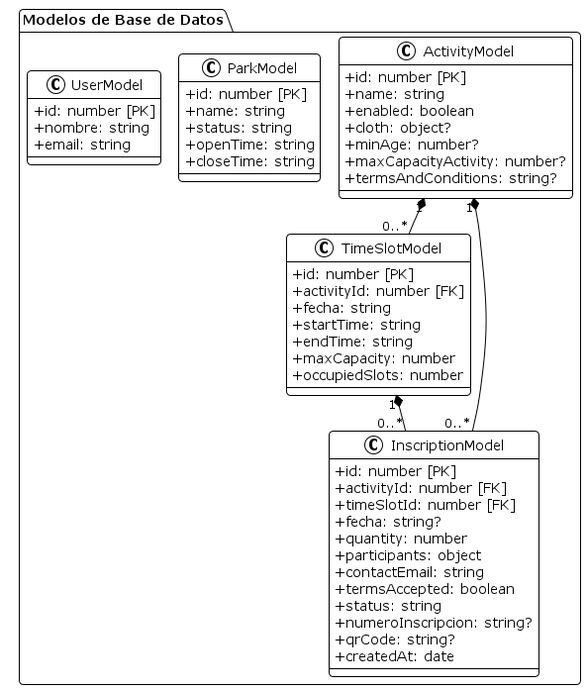
Before: trabajos/practicos-evaluables/practico-6/doc-testing/diagrams/ecoharmony_class_diagram.png, a diagram exported from PlantUML (milagrso/repositorio-ISW-g4-4k3-2026). The source it was exported from:
```plantuml
@startuml ecoharmony_class_diagram
!pragma layout smetana
!theme plain
skinparam classAttributeIconSize 0
skinparam roundcorner 8
skinparam shadowing false

package "Modelos de Base de Datos" {
    class ActivityModel {
        + id: number [PK]
        + name: string
        + enabled: boolean
        + cloth: object?
        + minAge: number?
        + maxCapacityActivity: number?
        + termsAndConditions: string?
    }

    class TimeSlotModel {
        + id: number [PK]
        + activityId: number [FK]
        + fecha: string
        + startTime: string
        + endTime: string
        + maxCapacity: number
        + occupiedSlots: number
    }

    class InscriptionModel {
        + id: number [PK]
        + activityId: number [FK]
        + timeSlotId: number [FK]
        + fecha: string?
        + quantity: number
        + participants: object
        + contactEmail: string
        + termsAccepted: boolean
        + status: string
        + numeroInscripcion: string?
        + qrCode: string?
        + createdAt: date
    }

    class ParkModel {
        + id: number [PK]
        + name: string
        + status: string
        + openTime: string
        + closeTime: string
    }

    class UserModel {
        + id: number [PK]
        + nombre: string
        + email: string
    }
}

ActivityModel "1" *-- "0..*" TimeSlotModel
ActivityModel "1" *-- "0..*" InscriptionModel
TimeSlotModel "1" *-- "0..*" InscriptionModel
@enduml
```
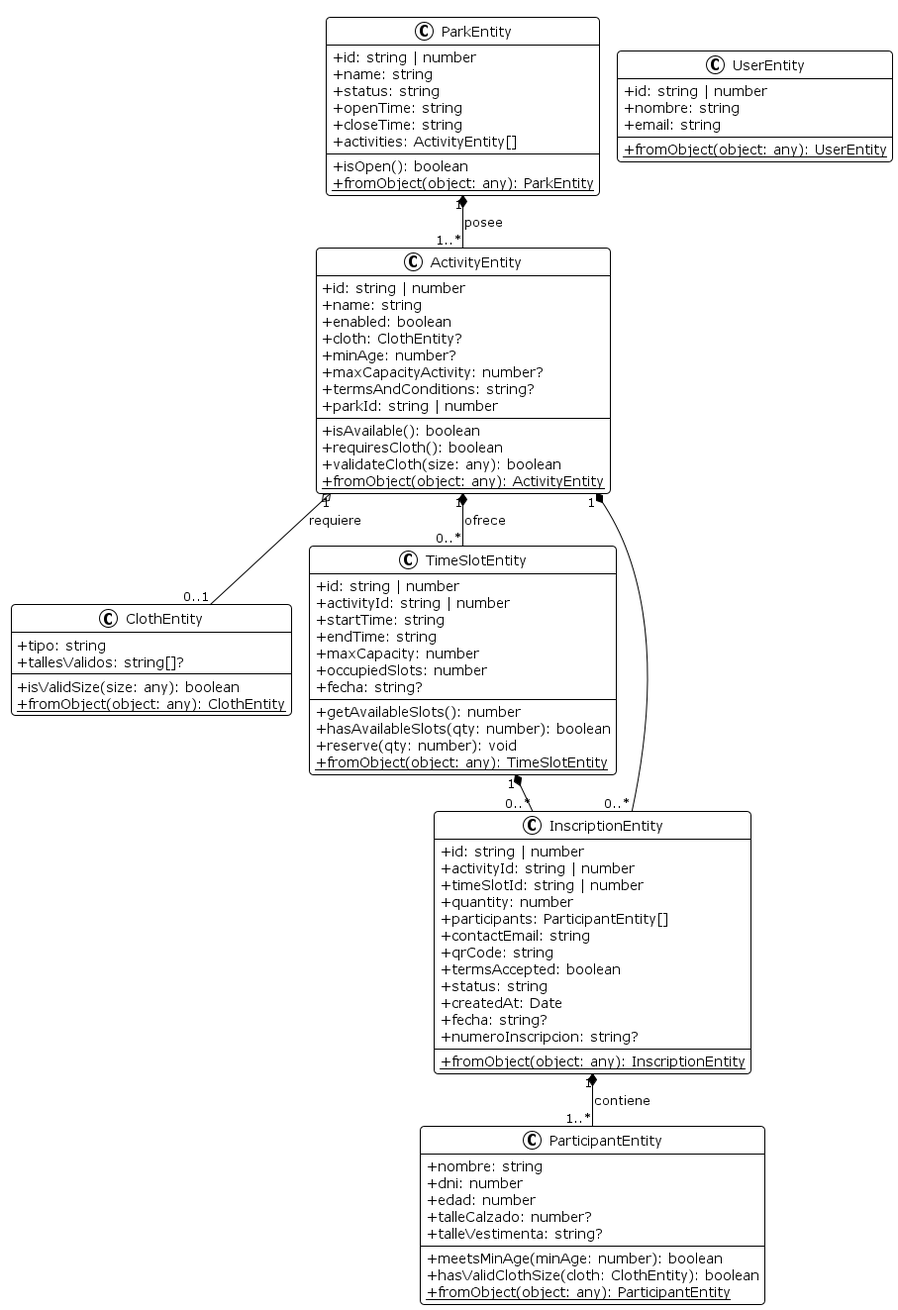
The same diagram one commit later.

Commit message:
Se actualizo los diagramas

What changed in the source:
```diff
@@ -5,58 +5,91 @@
 skinparam roundcorner 8
 skinparam shadowing false
 
-package "Modelos de Base de Datos" {
-    class ActivityModel {
-        + id: number [PK]
-        + name: string
-        + enabled: boolean
-        + cloth: object?
-        + minAge: number?
-        + maxCapacityActivity: number?
-        + termsAndConditions: string?
-    }
-
-    class TimeSlotModel {
-        + id: number [PK]
-        + activityId: number [FK]
-        + fecha: string
-        + startTime: string
-        + endTime: string
-        + maxCapacity: number
-        + occupiedSlots: number
-    }
-
-    class InscriptionModel {
-        + id: number [PK]
-        + activityId: number [FK]
-        + timeSlotId: number [FK]
-        + fecha: string?
-        + quantity: number
-        + participants: object
-        + contactEmail: string
-        + termsAccepted: boolean
-        + status: string
-        + numeroInscripcion: string?
-        + qrCode: string?
-        + createdAt: date
-    }
-
-    class ParkModel {
-        + id: number [PK]
-        + name: string
-        + status: string
-        + openTime: string
-        + closeTime: string
-    }
-
-    class UserModel {
-        + id: number [PK]
-        + nombre: string
-        + email: string
-    }
+class ParkEntity {
+    + id: string | number
+    + name: string
+    + status: string
+    + openTime: string
+    + closeTime: string
+    + activities: ActivityEntity[]
+    + isOpen(): boolean
+    + {static} fromObject(object: any): ParkEntity
 }
 
-ActivityModel "1" *-- "0..*" TimeSlotModel
-ActivityModel "1" *-- "0..*" InscriptionModel
-TimeSlotModel "1" *-- "0..*" InscriptionModel
+class ActivityEntity {
+    + id: string | number
+    + name: string
+    + enabled: boolean
+    + cloth: ClothEntity?
+    + minAge: number?
+    + maxCapacityActivity: number?
+    + termsAndConditions: string?
+    + parkId: string | number
+    + isAvailable(): boolean
+    + requiresCloth(): boolean
+    + validateCloth(size: any): boolean
+    + {static} fromObject(object: any): ActivityEntity
+}
+
+class ClothEntity {
+    + tipo: string
+    + tallesValidos: string[]?
+    + isValidSize(size: any): boolean
+    + {static} fromObject(object: any): ClothEntity
+}
+
+class ParticipantEntity {
+    + nombre: string
+    + dni: number
+    + edad: number
+    + talleCalzado: number?
+    + talleVestimenta: string?
+    + meetsMinAge(minAge: number): boolean
+    + hasValidClothSize(cloth: ClothEntity): boolean
+    + {static} fromObject(object: any): ParticipantEntity
+}
+
+class TimeSlotEntity {
+    + id: string | number
+    + activityId: string | number
+    + startTime: string
+    + endTime: string
+    + maxCapacity: number
+    + occupiedSlots: number
+    + fecha: string?
+    + getAvailableSlots(): number
+    + hasAvailableSlots(qty: number): boolean
+    + reserve(qty: number): void
+    + {static} fromObject(object: any): TimeSlotEntity
+}
+
+class InscriptionEntity {
+    + id: string | number
+    + activityId: string | number
+    + timeSlotId: string | number
+    + quantity: number
+    + participants: ParticipantEntity[]
+    + contactEmail: string
+    + qrCode: string
+    + termsAccepted: boolean
+    + status: string
+    + createdAt: Date
+    + fecha: string?
+    + numeroInscripcion: string?
+    + {static} fromObject(object: any): InscriptionEntity
+}
+
+class UserEntity {
+    + id: string | number
+    + nombre: string
+    + email: string
+    + {static} fromObject(object: any): UserEntity
+}
+
+ParkEntity "1" *-- "1..*" ActivityEntity : posee >
+ActivityEntity "1" *-- "0..*" TimeSlotEntity : ofrece >
+ActivityEntity "1" *-- "0..*" InscriptionEntity
+TimeSlotEntity "1" *-- "0..*" InscriptionEntity
+InscriptionEntity "1" *-- "1..*" ParticipantEntity : contiene >
+ActivityEntity "1" o-- "0..1" ClothEntity : requiere >
 @enduml
```
